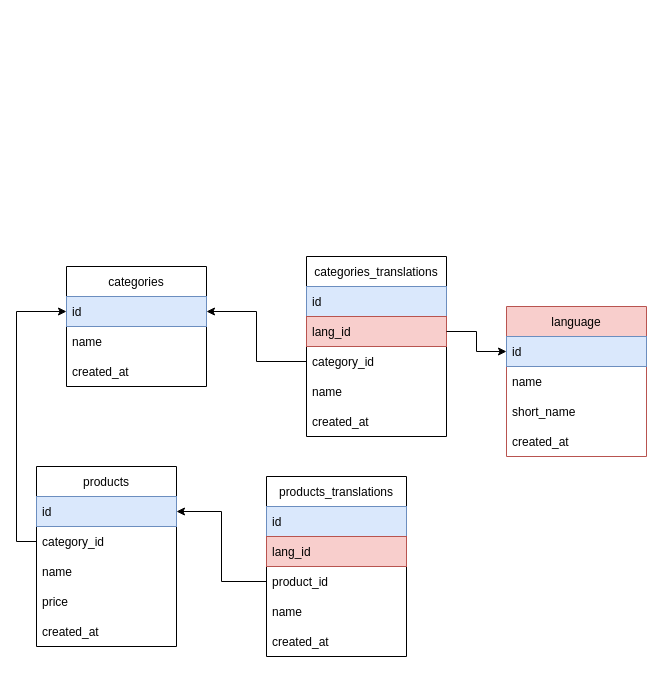
This is diagramm.drawio from GurbanowGadam/proje_1, a draw.io file, before an edit. Source tidied: cells renumbered, new cells numbered last; positions are measured from the earlier drawing's top-left corner, leaving out a move shared by most shapes. Both pictures are drawn from the tidied source at 100%, with x=0, y=0 at pixel (36, 256).
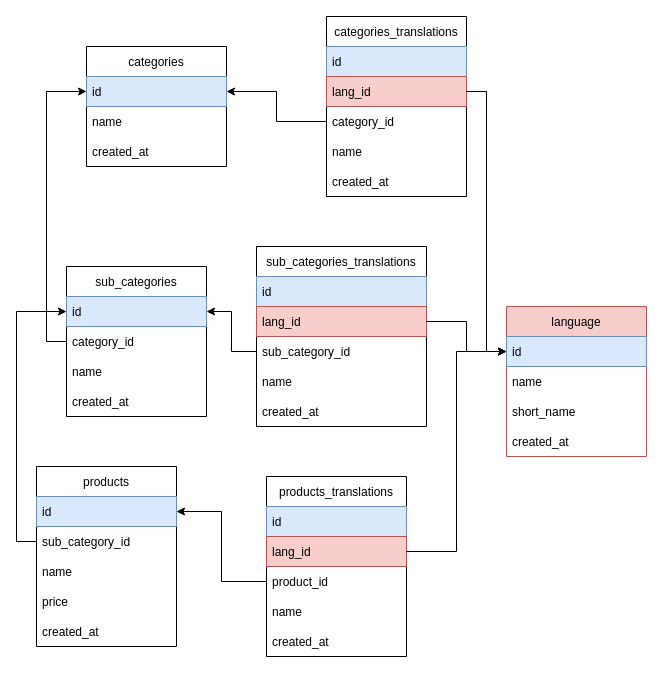
The same diagram, later.

Unchanged cells that the change refers to:
```xml
<mxCell id="3" value="id" style="text;strokeColor=#6c8ebf;fillColor=#dae8fc;align=left;verticalAlign=middle;spacingLeft=4;spacingRight=4;overflow=hidden;points=[[0,0.5],[1,0.5]];portConstraint=eastwest;" parent="2" vertex="1">
  <mxGeometry y="30" width="140" height="30" as="geometry" />
</mxCell>
<mxCell id="21" value="lang_id" style="text;strokeColor=#b85450;fillColor=#f8cecc;align=left;verticalAlign=middle;spacingLeft=4;spacingRight=4;overflow=hidden;points=[[0,0.5],[1,0.5]];portConstraint=eastwest;" parent="19" vertex="1">
  <mxGeometry y="60" width="140" height="30" as="geometry" />
</mxCell>
<mxCell id="25" value="products" style="swimlane;fontStyle=0;horizontal=1;startSize=30;" parent="1" vertex="1">
  <mxGeometry y="210" width="140" height="180" as="geometry" />
</mxCell>
```

Change to the diagram source:
```diff
@@
-    <mxCell id="7" value="categories" style="swimlane;fontStyle=0;horizontal=1;startSize=30;" parent="1" vertex="1">
-      <mxGeometry x="30" y="10" width="140" height="120" as="geometry" />
+    <mxCell id="7" value="sub_categories" style="swimlane;fontStyle=0;horizontal=1;startSize=30;" parent="1" vertex="1">
+      <mxGeometry x="30" y="10" width="140" height="150" as="geometry" />
     </mxCell>
@@
+    <mxCell id="33" value="category_id" style="text;strokeColor=none;fillColor=none;align=left;verticalAlign=middle;spacingLeft=4;spacingRight=4;overflow=hidden;points=[[0,0.5],[1,0.5]];portConstraint=eastwest;" parent="7" vertex="1">
+      <mxGeometry y="60" width="140" height="30" as="geometry" />
+    </mxCell>
     <mxCell id="9" value="name" style="text;strokeColor=none;fillColor=none;align=left;verticalAlign=middle;spacingLeft=4;spacingRight=4;overflow=hidden;" parent="7" vertex="1">
-      <mxGeometry y="60" width="140" height="30" as="geometry" />
+      <mxGeometry y="90" width="140" height="30" as="geometry" />
     </mxCell>
     <mxCell id="10" value="created_at" style="text;strokeColor=none;fillColor=none;align=left;verticalAlign=middle;spacingLeft=4;spacingRight=4;overflow=hidden;" parent="7" vertex="1">
-      <mxGeometry y="90" width="140" height="30" as="geometry" />
+      <mxGeometry y="120" width="140" height="30" as="geometry" />
     </mxCell>
-    <mxCell id="11" value="categories_translations" style="swimlane;fontStyle=0;horizontal=1;startSize=30;" parent="1" vertex="1">
-      <mxGeometry x="270" width="140" height="180" as="geometry" />
+    <mxCell id="11" value="sub_categories_translations" style="swimlane;fontStyle=0;horizontal=1;startSize=30;" parent="1" vertex="1">
+      <mxGeometry x="220" y="-10" width="170" height="180" as="geometry" />
     </mxCell>
     <mxCell id="12" value="id" style="text;strokeColor=#6c8ebf;fillColor=#dae8fc;align=left;verticalAlign=middle;spacingLeft=4;spacingRight=4;overflow=hidden;" parent="11" vertex="1">
-      <mxGeometry y="30" width="140" height="30" as="geometry" />
+      <mxGeometry y="30" width="170" height="30" as="geometry" />
     </mxCell>
     <mxCell id="13" value="lang_id" style="text;strokeColor=#b85450;fillColor=#f8cecc;align=left;verticalAlign=middle;spacingLeft=4;spacingRight=4;overflow=hidden;points=[[0,0.5],[1,0.5]];portConstraint=eastwest;" parent="11" vertex="1">
-      <mxGeometry y="60" width="140" height="30" as="geometry" />
+      <mxGeometry y="60" width="170" height="30" as="geometry" />
     </mxCell>
-    <mxCell id="14" value="category_id" style="text;strokeColor=none;fillColor=none;align=left;verticalAlign=middle;spacingLeft=4;spacingRight=4;overflow=hidden;points=[[0,0.5],[1,0.5]];portConstraint=eastwest;" parent="11" vertex="1">
-      <mxGeometry y="90" width="140" height="30" as="geometry" />
+    <mxCell id="14" value="sub_category_id" style="text;strokeColor=none;fillColor=none;align=left;verticalAlign=middle;spacingLeft=4;spacingRight=4;overflow=hidden;points=[[0,0.5],[1,0.5]];portConstraint=eastwest;" parent="11" vertex="1">
+      <mxGeometry y="90" width="170" height="30" as="geometry" />
     </mxCell>
     <mxCell id="15" value="name" style="text;strokeColor=none;fillColor=none;align=left;verticalAlign=middle;spacingLeft=4;spacingRight=4;overflow=hidden;" parent="11" vertex="1">
-      <mxGeometry y="120" width="140" height="30" as="geometry" />
+      <mxGeometry y="120" width="170" height="30" as="geometry" />
     </mxCell>
     <mxCell id="16" value="created_at" style="text;strokeColor=none;fillColor=none;align=left;verticalAlign=middle;spacingLeft=4;spacingRight=4;overflow=hidden;" parent="11" vertex="1">
-      <mxGeometry y="150" width="140" height="30" as="geometry" />
+      <mxGeometry y="150" width="170" height="30" as="geometry" />
     </mxCell>
@@
-    <mxCell id="27" value="category_id" style="text;strokeColor=none;fillColor=none;align=left;verticalAlign=middle;spacingLeft=4;spacingRight=4;overflow=hidden;points=[[0,0.5],[1,0.5]];portConstraint=eastwest;" parent="25" vertex="1">
+    <mxCell id="27" value="sub_category_id" style="text;strokeColor=none;fillColor=none;align=left;verticalAlign=middle;spacingLeft=4;spacingRight=4;overflow=hidden;points=[[0,0.5],[1,0.5]];portConstraint=eastwest;" parent="25" vertex="1">
       <mxGeometry y="60" width="140" height="30" as="geometry" />
     </mxCell>
@@
+    <mxCell id="34" style="edgeStyle=orthogonalEdgeStyle;rounded=0;jettySize=auto;html=1;exitX=1;exitY=0.5;exitDx=0;exitDy=0;" parent="1" edge="1" source="21" target="3">
+      <mxGeometry relative="1" as="geometry" />
+    </mxCell>
+    <mxCell id="35" value="categories_translations" style="swimlane;fontStyle=0;horizontal=1;startSize=30;" parent="1" vertex="1">
+      <mxGeometry x="290" y="-240" width="140" height="180" as="geometry" />
+    </mxCell>
+    <mxCell id="36" value="id" style="text;strokeColor=#6c8ebf;fillColor=#dae8fc;align=left;verticalAlign=middle;spacingLeft=4;spacingRight=4;overflow=hidden;" parent="35" vertex="1">
+      <mxGeometry y="30" width="140" height="30" as="geometry" />
+    </mxCell>
+    <mxCell id="37" value="lang_id" style="text;strokeColor=#b85450;fillColor=#f8cecc;align=left;verticalAlign=middle;spacingLeft=4;spacingRight=4;overflow=hidden;points=[[0,0.5],[1,0.5]];portConstraint=eastwest;" parent="35" vertex="1">
+      <mxGeometry y="60" width="140" height="30" as="geometry" />
+    </mxCell>
+    <mxCell id="38" value="category_id" style="text;strokeColor=none;fillColor=none;align=left;verticalAlign=middle;spacingLeft=4;spacingRight=4;overflow=hidden;points=[[0,0.5],[1,0.5]];portConstraint=eastwest;" parent="35" vertex="1">
+      <mxGeometry y="90" width="140" height="30" as="geometry" />
+    </mxCell>
+    <mxCell id="39" value="name" style="text;strokeColor=none;fillColor=none;align=left;verticalAlign=middle;spacingLeft=4;spacingRight=4;overflow=hidden;" parent="35" vertex="1">
+      <mxGeometry y="120" width="140" height="30" as="geometry" />
+    </mxCell>
+    <mxCell id="40" value="created_at" style="text;strokeColor=none;fillColor=none;align=left;verticalAlign=middle;spacingLeft=4;spacingRight=4;overflow=hidden;" parent="35" vertex="1">
+      <mxGeometry y="150" width="140" height="30" as="geometry" />
+    </mxCell>
+    <mxCell id="41" value="categories" style="swimlane;fontStyle=0;horizontal=1;startSize=30;" parent="1" vertex="1">
+      <mxGeometry x="50" y="-210" width="140" height="120" as="geometry" />
+    </mxCell>
+    <mxCell id="42" value="id" style="text;strokeColor=#6c8ebf;fillColor=#dae8fc;align=left;verticalAlign=middle;spacingLeft=4;spacingRight=4;overflow=hidden;points=[[0,0.5],[1,0.5]];portConstraint=eastwest;" parent="41" vertex="1">
+      <mxGeometry y="30" width="140" height="30" as="geometry" />
+    </mxCell>
+    <mxCell id="43" value="name" style="text;strokeColor=none;fillColor=none;align=left;verticalAlign=middle;spacingLeft=4;spacingRight=4;overflow=hidden;" parent="41" vertex="1">
+      <mxGeometry y="60" width="140" height="30" as="geometry" />
+    </mxCell>
+    <mxCell id="44" value="created_at" style="text;strokeColor=none;fillColor=none;align=left;verticalAlign=middle;spacingLeft=4;spacingRight=4;overflow=hidden;" parent="41" vertex="1">
+      <mxGeometry y="90" width="140" height="30" as="geometry" />
+    </mxCell>
+    <mxCell id="45" style="edgeStyle=orthogonalEdgeStyle;rounded=0;jettySize=auto;html=1;exitX=0;exitY=0.5;exitDx=0;exitDy=0;" parent="1" edge="1" source="38" target="42">
+      <mxGeometry relative="1" as="geometry" />
+    </mxCell>
+    <mxCell id="46" style="edgeStyle=orthogonalEdgeStyle;rounded=0;jettySize=auto;html=1;exitX=1;exitY=0.5;exitDx=0;exitDy=0;entryX=0;entryY=0.5;entryDx=0;entryDy=0;" parent="1" edge="1" source="37" target="3">
+      <mxGeometry relative="1" as="geometry" />
+    </mxCell>
+    <mxCell id="47" style="edgeStyle=orthogonalEdgeStyle;rounded=0;jettySize=auto;html=1;exitX=0;exitY=0.5;exitDx=0;exitDy=0;" parent="1" edge="1" source="33" target="42">
+      <mxGeometry relative="1" as="geometry" />
+    </mxCell>
```
